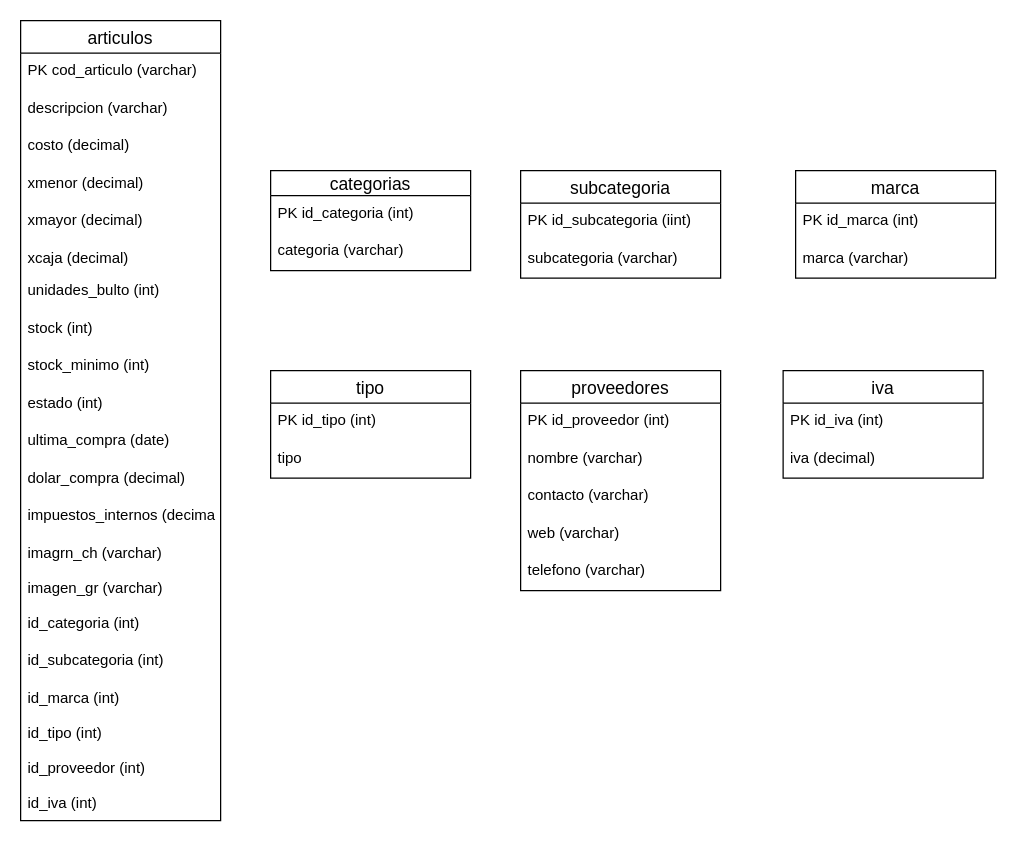
Above: BaseLocal.drawio in VeronicaMonzon/PHP (draw.io), before the change. Source tidied: cells renumbered, new cells numbered last; positions are measured from the earlier drawing's top-left corner, leaving out a move shared by most shapes. Both pictures are drawn from the tidied source at 125%, with x=0, y=0 at pixel (20, 20).
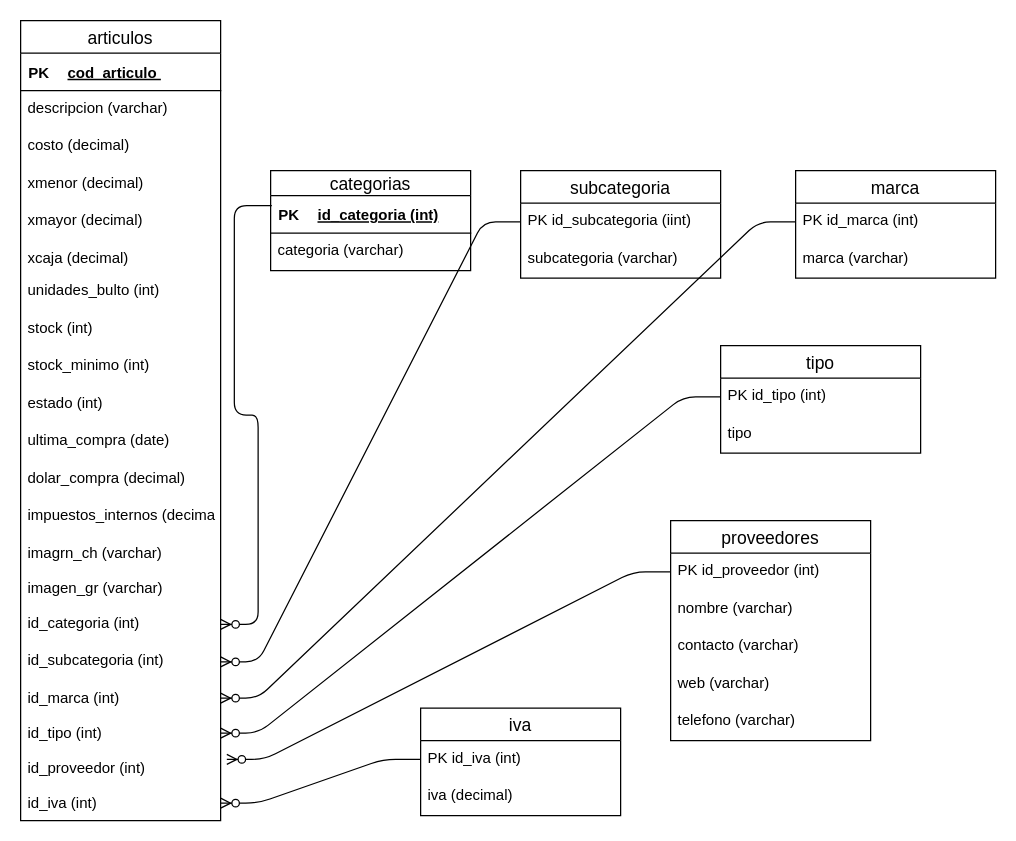
After the change.

The change refers to these unchanged cells:
```xml
<mxCell id="2" value="articulos" style="swimlane;fontStyle=0;horizontal=1;startSize=26;align=center;fontSize=14;" parent="1" vertex="1">
  <mxGeometry width="160" height="640" as="geometry" />
</mxCell>
<mxCell id="18" value="id_categoria (int)" style="text;strokeColor=none;fillColor=none;spacingLeft=4;spacingRight=4;overflow=hidden;points=[[0,0.5],[1,0.5]];portConstraint=eastwest;fontSize=12;" parent="2" vertex="1">
  <mxGeometry y="468" width="160" height="30" as="geometry" />
</mxCell>
<mxCell id="19" value="id_subcategoria (int)" style="text;strokeColor=none;fillColor=none;spacingLeft=4;spacingRight=4;overflow=hidden;points=[[0,0.5],[1,0.5]];portConstraint=eastwest;fontSize=12;" parent="2" vertex="1">
  <mxGeometry y="498" width="160" height="30" as="geometry" />
</mxCell>
<mxCell id="20" value="id_marca (int)" style="text;strokeColor=none;fillColor=none;spacingLeft=4;spacingRight=4;overflow=hidden;points=[[0,0.5],[1,0.5]];portConstraint=eastwest;fontSize=12;" parent="2" vertex="1">
  <mxGeometry y="528" width="160" height="28" as="geometry" />
</mxCell>
<mxCell id="21" value="id_tipo (int)" style="text;strokeColor=none;fillColor=none;spacingLeft=4;spacingRight=4;overflow=hidden;points=[[0,0.5],[1,0.5]];portConstraint=eastwest;fontSize=12;" parent="2" vertex="1">
  <mxGeometry y="556" width="160" height="28" as="geometry" />
</mxCell>
<mxCell id="22" value="id_proveedor (int)" style="text;strokeColor=none;fillColor=none;spacingLeft=4;spacingRight=4;overflow=hidden;points=[[0,0.5],[1,0.5]];portConstraint=eastwest;fontSize=12;" parent="2" vertex="1">
  <mxGeometry y="584" width="160" height="28" as="geometry" />
</mxCell>
<mxCell id="23" value="id_iva (int)" style="text;strokeColor=none;fillColor=none;spacingLeft=4;spacingRight=4;overflow=hidden;points=[[0,0.5],[1,0.5]];portConstraint=eastwest;fontSize=12;" parent="2" vertex="1">
  <mxGeometry y="612" width="160" height="28" as="geometry" />
</mxCell>
<mxCell id="24" value="categorias" style="swimlane;fontStyle=0;horizontal=1;startSize=20;align=center;fontSize=14;" parent="1" vertex="1">
  <mxGeometry x="200" y="120" width="160" height="80" as="geometry" />
</mxCell>
<mxCell id="28" value="PK id_subcategoria (iint)" style="text;strokeColor=none;fillColor=none;spacingLeft=4;spacingRight=4;overflow=hidden;points=[[0,0.5],[1,0.5]];portConstraint=eastwest;fontSize=12;" parent="27" vertex="1">
  <mxGeometry y="26" width="160" height="30" as="geometry" />
</mxCell>
<mxCell id="31" value="PK id_marca (int)" style="text;strokeColor=none;fillColor=none;spacingLeft=4;spacingRight=4;overflow=hidden;points=[[0,0.5],[1,0.5]];portConstraint=eastwest;fontSize=12;" parent="30" vertex="1">
  <mxGeometry y="26" width="160" height="30" as="geometry" />
</mxCell>
<mxCell id="34" value="PK id_tipo (int)" style="text;strokeColor=none;fillColor=none;spacingLeft=4;spacingRight=4;overflow=hidden;points=[[0,0.5],[1,0.5]];portConstraint=eastwest;fontSize=12;" parent="33" vertex="1">
  <mxGeometry y="26" width="160" height="30" as="geometry" />
</mxCell>
<mxCell id="37" value="PK id_proveedor (int)" style="text;strokeColor=none;fillColor=none;spacingLeft=4;spacingRight=4;overflow=hidden;points=[[0,0.5],[1,0.5]];portConstraint=eastwest;fontSize=12;" parent="36" vertex="1">
  <mxGeometry y="26" width="160" height="30" as="geometry" />
</mxCell>
<mxCell id="43" value="PK id_iva (int)" style="text;strokeColor=none;fillColor=none;spacingLeft=4;spacingRight=4;overflow=hidden;points=[[0,0.5],[1,0.5]];portConstraint=eastwest;fontSize=12;" parent="42" vertex="1">
  <mxGeometry y="26" width="160" height="30" as="geometry" />
</mxCell>
```

Diff of the diagram source:
```diff
@@
-    <mxCell id="3" value="PK cod_articulo (varchar)" style="text;strokeColor=none;fillColor=none;spacingLeft=4;spacingRight=4;overflow=hidden;fontSize=12;" parent="2" vertex="1">
-      <mxGeometry y="26" width="160" height="30" as="geometry" />
-    </mxCell>
+    <mxCell id="45" style="shape=table;startSize=0;childLayout=tableLayout;rowLines=0;fontStyle=0;align=center;strokeColor=none;fillColor=none;" parent="2" vertex="1">
+      <mxGeometry y="26" width="160" height="30" as="geometry" />
+    </mxCell>
+    <mxCell id="46" style="shape=partialRectangle;fillColor=none;top=0;left=0;bottom=1;right=0;" parent="45" vertex="1">
+      <mxGeometry width="160" height="30" as="geometry" />
+    </mxCell>
+    <mxCell id="47" value="PK" style="shape=partialRectangle;fillColor=none;top=0;left=0;bottom=0;right=0;fontStyle=1;overflow=hidden;" parent="46" vertex="1">
+      <mxGeometry width="30" height="30" as="geometry" />
+    </mxCell>
+    <mxCell id="48" value="cod_articulo " style="shape=partialRectangle;fillColor=none;top=0;left=0;bottom=0;right=0;align=left;spacingLeft=6;fontStyle=5;overflow=hidden;" parent="46" vertex="1">
+      <mxGeometry x="30" width="130" height="30" as="geometry" />
+    </mxCell>
@@
-    <mxCell id="25" value="PK id_categoria (int)" style="text;strokeColor=none;fillColor=none;spacingLeft=4;spacingRight=4;overflow=hidden;fontSize=12;" parent="24" vertex="1">
-      <mxGeometry y="20" width="160" height="30" as="geometry" />
-    </mxCell>
+    <mxCell id="49" style="shape=table;startSize=0;childLayout=tableLayout;rowLines=0;fontStyle=0;align=center;strokeColor=none;fillColor=none;" parent="24" vertex="1">
+      <mxGeometry y="20" width="160" height="30" as="geometry" />
+    </mxCell>
+    <mxCell id="50" style="shape=partialRectangle;fillColor=none;top=0;left=0;bottom=1;right=0;points=[[0,0.5],[1,0.5]];portConstraint=eastwest;" parent="49" vertex="1">
+      <mxGeometry width="160" height="30" as="geometry" />
+    </mxCell>
+    <mxCell id="51" value="PK" style="shape=partialRectangle;fillColor=none;top=0;left=0;bottom=0;right=0;fontStyle=1;overflow=hidden;" parent="50" vertex="1">
+      <mxGeometry width="30" height="30" as="geometry" />
+    </mxCell>
+    <mxCell id="52" value="id_categoria (int)" style="shape=partialRectangle;fillColor=none;top=0;left=0;bottom=0;right=0;align=left;spacingLeft=6;fontStyle=5;overflow=hidden;" parent="50" vertex="1">
+      <mxGeometry x="30" width="130" height="30" as="geometry" />
+    </mxCell>
@@
     <mxCell id="33" value="tipo" style="swimlane;fontStyle=0;horizontal=1;startSize=26;align=center;fontSize=14;" parent="1" vertex="1">
-      <mxGeometry x="200" y="280" width="160" height="86" as="geometry" />
+      <mxGeometry x="560" y="260" width="160" height="86" as="geometry" />
     </mxCell>
@@
     <mxCell id="36" value="proveedores" style="swimlane;fontStyle=0;horizontal=1;startSize=26;align=center;fontSize=14;" parent="1" vertex="1">
-      <mxGeometry x="400" y="280" width="160" height="176" as="geometry" />
+      <mxGeometry x="520" y="400" width="160" height="176" as="geometry" />
     </mxCell>
@@
     <mxCell id="42" value="iva" style="swimlane;fontStyle=0;horizontal=1;startSize=26;align=center;fontSize=14;" parent="1" vertex="1">
-      <mxGeometry x="610" y="280" width="160" height="86" as="geometry" />
+      <mxGeometry x="320" y="550" width="160" height="86" as="geometry" />
     </mxCell>
@@
+    <mxCell id="53" style="edgeStyle=entityRelationEdgeStyle;fontSize=12;html=1;endArrow=ERzeroToMany;endFill=1;entryX=1;entryY=0.5;entryDx=0;entryDy=0;exitX=0.006;exitY=0.267;exitDx=0;exitDy=0;exitPerimeter=0;" parent="1" edge="1" source="50" target="18">
+      <mxGeometry relative="1" as="geometry" />
+    </mxCell>
+    <mxCell id="54" style="edgeStyle=entityRelationEdgeStyle;fontSize=12;html=1;endArrow=ERzeroToMany;endFill=1;entryX=1;entryY=0.5;entryDx=0;entryDy=0;exitX=0;exitY=0.5;exitDx=0;exitDy=0;" parent="1" edge="1" source="28" target="19">
+      <mxGeometry relative="1" as="geometry" />
+    </mxCell>
+    <mxCell id="55" style="edgeStyle=entityRelationEdgeStyle;fontSize=12;html=1;endArrow=ERzeroToMany;endFill=1;entryX=1;entryY=0.5;entryDx=0;entryDy=0;exitX=0;exitY=0.5;exitDx=0;exitDy=0;" parent="1" edge="1" source="31" target="20">
+      <mxGeometry relative="1" as="geometry" />
+    </mxCell>
+    <mxCell id="56" style="edgeStyle=entityRelationEdgeStyle;fontSize=12;html=1;endArrow=ERzeroToMany;endFill=1;exitX=0;exitY=0.5;exitDx=0;exitDy=0;" parent="1" edge="1" source="34" target="21">
+      <mxGeometry relative="1" as="geometry" />
+    </mxCell>
+    <mxCell id="57" style="edgeStyle=entityRelationEdgeStyle;fontSize=12;html=1;endArrow=ERzeroToMany;endFill=1;entryX=1.031;entryY=0.25;entryDx=0;entryDy=0;entryPerimeter=0;exitX=0;exitY=0.5;exitDx=0;exitDy=0;" parent="1" edge="1" source="37" target="22">
+      <mxGeometry relative="1" as="geometry" />
+    </mxCell>
+    <mxCell id="58" style="edgeStyle=entityRelationEdgeStyle;fontSize=12;html=1;endArrow=ERzeroToMany;endFill=1;exitX=0;exitY=0.5;exitDx=0;exitDy=0;" parent="1" edge="1" source="43" target="23">
+      <mxGeometry relative="1" as="geometry" />
+    </mxCell>
```
